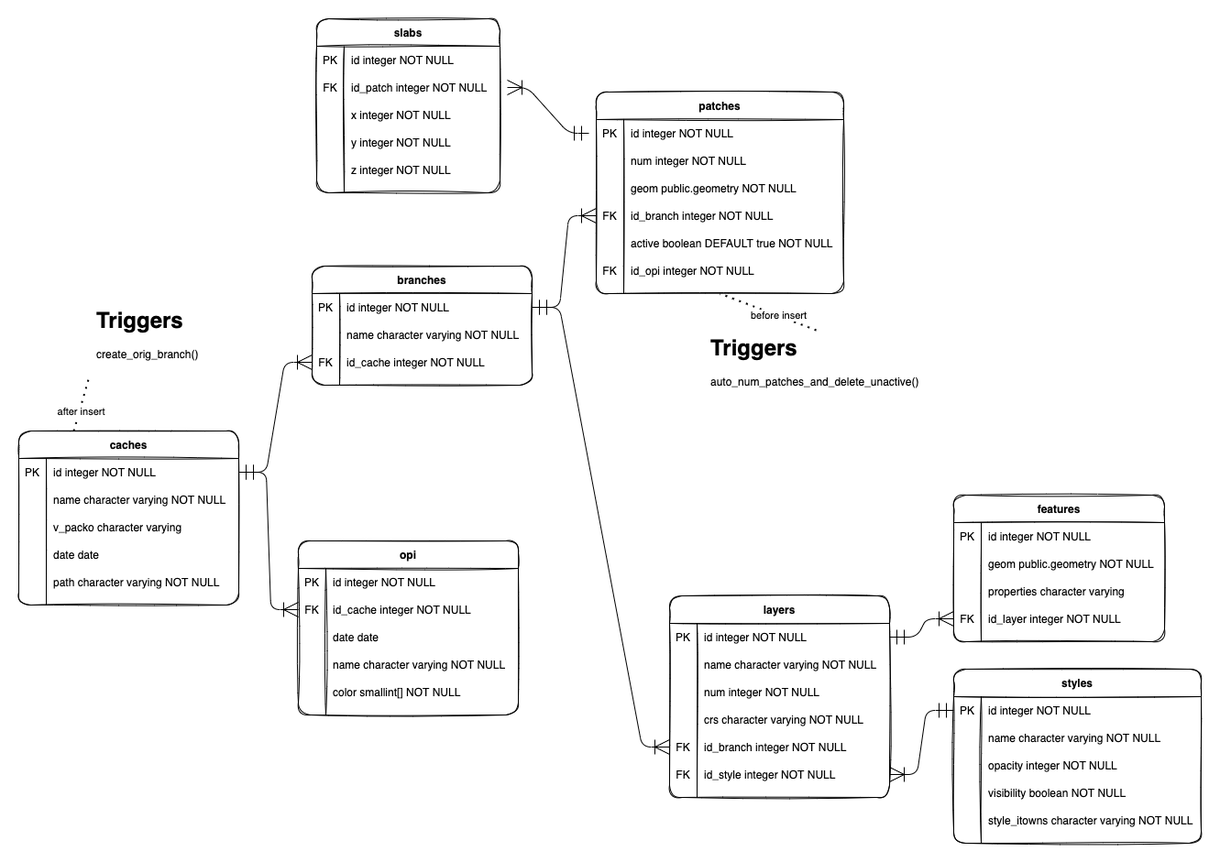
The draw.io diagram doc/BD_packo.drawio.png in ign-packo/PackO, before a commit. Source tidied: cells renumbered, new cells last; positions are measured from the earlier drawing's top-left corner, leaving out a move shared by most shapes.
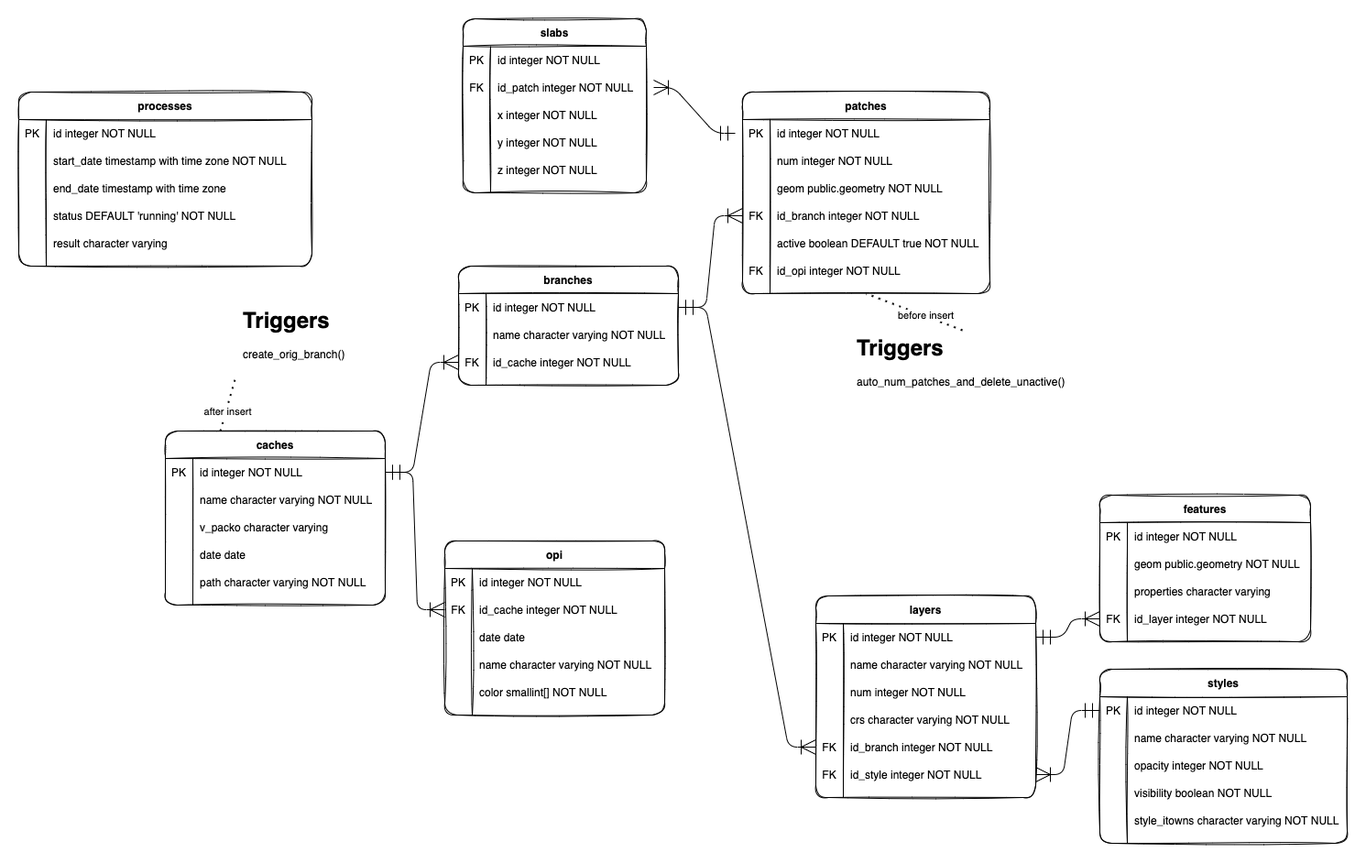
The same file after the commit.

Commit message:
docs(db): add processes table

The edit, as a diff of the source:
```diff
@@ -419,5 +419,53 @@
     <mxCell id="140" style="edgeStyle=entityRelationEdgeStyle;fontSize=12;html=1;endArrow=ERoneToMany;startArrow=ERmandOne;startSize=14;endSize=14;sourcePerimeterSpacing=8;targetPerimeterSpacing=8;entryX=1;entryY=0.5;entryDx=0;entryDy=0;exitX=0;exitY=0.5;exitDx=0;exitDy=0;" parent="1" edge="1" source="123" target="106">
       <mxGeometry relative="1" as="geometry" />
     </mxCell>
+    <mxCell id="141" value="processes" style="shape=table;startSize=30;rowLines=0;fontStyle=1;align=center;rounded=1;sketch=1;" parent="1" vertex="1">
+      <mxGeometry x="-160" y="80" width="320" height="190" as="geometry" />
+    </mxCell>
+    <mxCell id="142" style="shape=partialRectangle;fillColor=none;top=0;left=0;right=0;bottom=0;" parent="141" vertex="1">
+      <mxGeometry y="30" width="320" height="30" as="geometry" />
+    </mxCell>
+    <mxCell id="143" value="PK" style="shape=partialRectangle;overflow=hidden;fillColor=none;top=0;left=0;bottom=0;right=0;" parent="142" vertex="1">
+      <mxGeometry width="30" height="30" as="geometry" />
+    </mxCell>
+    <mxCell id="144" value="id integer NOT NULL" style="shape=partialRectangle;overflow=hidden;fillColor=none;top=0;left=0;bottom=0;right=0;align=left;spacingLeft=6;" parent="142" vertex="1">
+      <mxGeometry x="30" width="290" height="30" as="geometry" />
+    </mxCell>
+    <mxCell id="145" style="shape=partialRectangle;fillColor=none;top=0;left=0;right=0;bottom=0;" parent="141" vertex="1">
+      <mxGeometry y="60" width="320" height="30" as="geometry" />
+    </mxCell>
+    <mxCell id="146" style="shape=partialRectangle;overflow=hidden;fillColor=none;top=0;left=0;bottom=0;right=0;" parent="145" vertex="1">
+      <mxGeometry width="30" height="30" as="geometry" />
+    </mxCell>
+    <mxCell id="147" value="start_date timestamp with time zone NOT NULL" style="shape=partialRectangle;overflow=hidden;fillColor=none;top=0;left=0;bottom=0;right=0;align=left;spacingLeft=6;" parent="145" vertex="1">
+      <mxGeometry x="30" width="290" height="30" as="geometry" />
+    </mxCell>
+    <mxCell id="148" style="shape=partialRectangle;fillColor=none;top=0;left=0;right=0;bottom=0;" parent="141" vertex="1">
+      <mxGeometry y="90" width="320" height="30" as="geometry" />
+    </mxCell>
+    <mxCell id="149" style="shape=partialRectangle;overflow=hidden;fillColor=none;top=0;left=0;bottom=0;right=0;" parent="148" vertex="1">
+      <mxGeometry width="30" height="30" as="geometry" />
+    </mxCell>
+    <mxCell id="150" value="end_date timestamp with time zone" style="shape=partialRectangle;overflow=hidden;fillColor=none;top=0;left=0;bottom=0;right=0;align=left;spacingLeft=6;" parent="148" vertex="1">
+      <mxGeometry x="30" width="290" height="30" as="geometry" />
+    </mxCell>
+    <mxCell id="151" style="shape=partialRectangle;fillColor=none;top=0;left=0;right=0;bottom=0;" parent="141" vertex="1">
+      <mxGeometry y="120" width="320" height="30" as="geometry" />
+    </mxCell>
+    <mxCell id="152" style="shape=partialRectangle;overflow=hidden;fillColor=none;top=0;left=0;bottom=0;right=0;" parent="151" vertex="1">
+      <mxGeometry width="30" height="30" as="geometry" />
+    </mxCell>
+    <mxCell id="153" value="status DEFAULT 'running' NOT NULL" style="shape=partialRectangle;overflow=hidden;fillColor=none;top=0;left=0;bottom=0;right=0;align=left;spacingLeft=6;" parent="151" vertex="1">
+      <mxGeometry x="30" width="290" height="30" as="geometry" />
+    </mxCell>
+    <mxCell id="154" style="shape=partialRectangle;fillColor=none;top=0;left=0;right=0;bottom=0;" parent="141" vertex="1">
+      <mxGeometry y="150" width="320" height="30" as="geometry" />
+    </mxCell>
+    <mxCell id="155" style="shape=partialRectangle;overflow=hidden;fillColor=none;top=0;left=0;bottom=0;right=0;" parent="154" vertex="1">
+      <mxGeometry width="30" height="30" as="geometry" />
+    </mxCell>
+    <mxCell id="156" value="result character varying" style="shape=partialRectangle;overflow=hidden;fillColor=none;top=0;left=0;bottom=0;right=0;align=left;spacingLeft=6;" parent="154" vertex="1">
+      <mxGeometry x="30" width="290" height="30" as="geometry" />
+    </mxCell>
   </root>
 </mxGraphModel>
```
